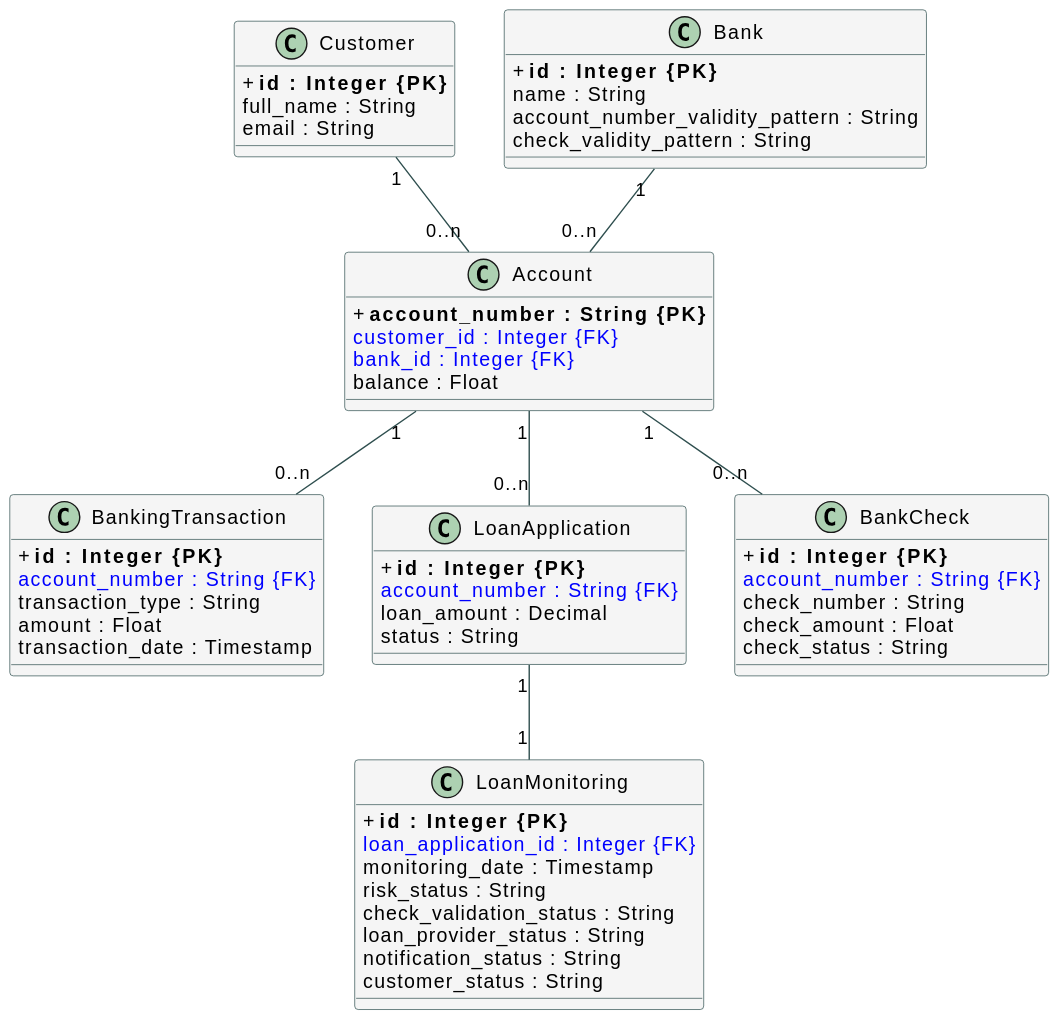
Before: Documentation/Database/database.svg, a diagram exported from PlantUML (LouisChrl/Loan-Simulation-Service).
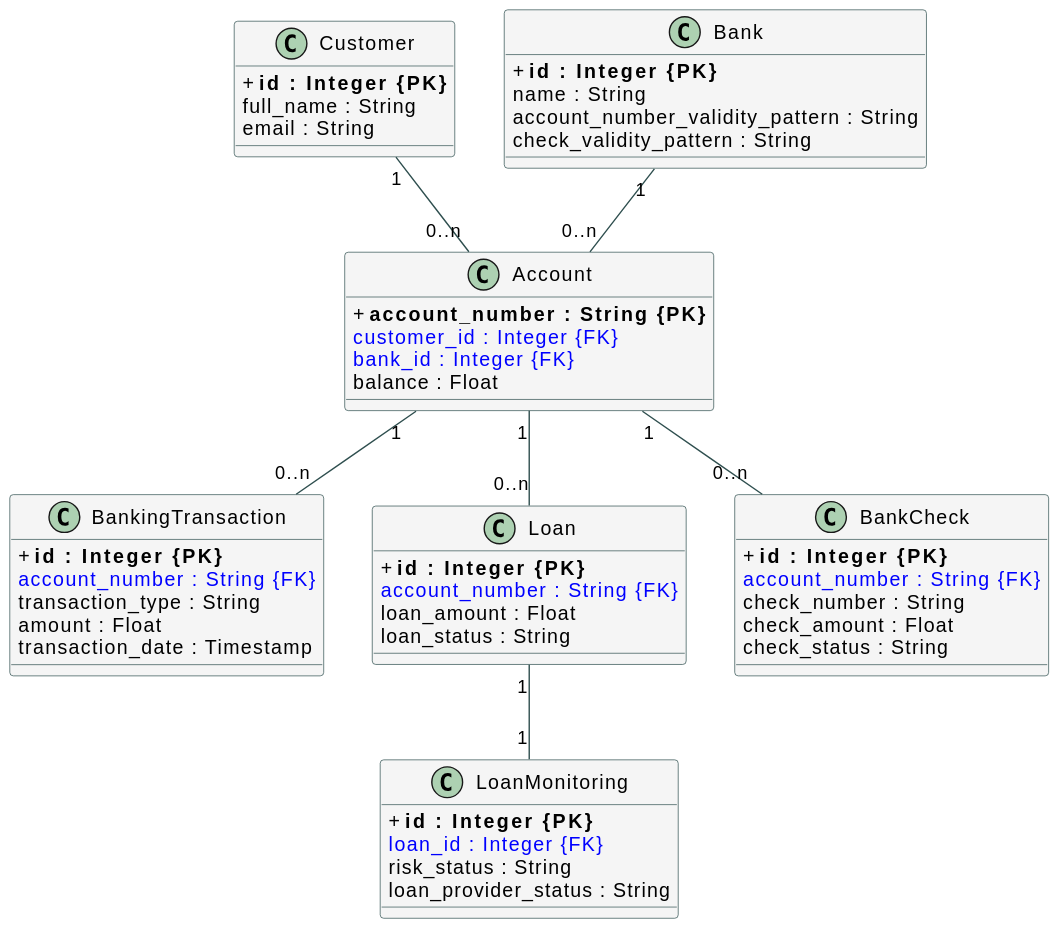
The same diagram one commit later.

Commit message:
Database : Updated the Loan table and the LoanMonitoring table + updated the databse documentation

What changed in the source:
```diff
@@ -34,11 +34,11 @@
   transaction_date : Timestamp
 }
 
-class LoanApplication {
+class Loan {
   + **id : Integer {PK}**
   <color:Blue>account_number : String {FK}</color>
-  loan_amount : Decimal
-  status : String
+  loan_amount : Float
+  loan_status : String
 }
 
 class BankCheck {
@@ -51,19 +51,15 @@
 
 class LoanMonitoring {
   + **id : Integer {PK}**
-  <color:Blue>loan_application_id : Integer {FK}</color>
-  monitoring_date : Timestamp
+  <color:Blue>loan_id : Integer {FK}</color>
   risk_status : String
-  check_validation_status : String
   loan_provider_status : String
-  notification_status : String
-  customer_status : String
 }
 
 Customer "1" -- "0..n" Account
 Bank "1" -- "0..n" Account
 Account "1" -- "0..n" BankingTransaction
 Account "1" -- "0..n" BankCheck
-Account "1" -- "0..n" LoanApplication
-LoanApplication "1" -- "1" LoanMonitoring
+Account "1" -- "0..n" Loan
+Loan "1" -- "1" LoanMonitoring
 @enduml
```
